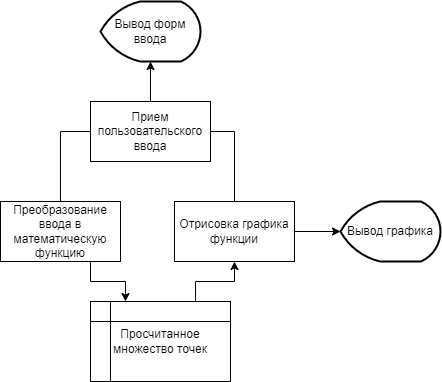
This is Летняя практика/Остальная нищета/функц.drawio.png from kuskas112/Labs, a draw.io export, as it was before one commit. Source tidied: cells renumbered, new cells last; positions are measured from the earlier drawing's top-left corner, leaving out a move shared by most shapes.
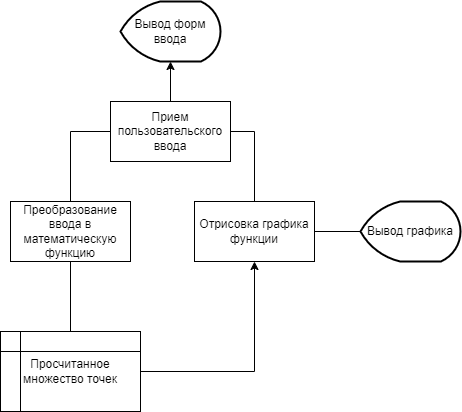
Above is the later version.

The edit, as a diff of the source:
```diff
@@ -11,20 +11,20 @@
     <mxCell id="4" style="edgeStyle=orthogonalEdgeStyle;rounded=0;jettySize=auto;html=1;exitX=0.5;exitY=0;exitDx=0;exitDy=0;entryX=0;entryY=0.5;entryDx=0;entryDy=0;endArrow=none;endFill=0;" parent="1" edge="1" source="6" target="3">
       <mxGeometry relative="1" as="geometry" />
     </mxCell>
-    <mxCell id="5" style="edgeStyle=orthogonalEdgeStyle;rounded=0;jettySize=auto;html=1;exitX=0.75;exitY=1;exitDx=0;exitDy=0;entryX=0.25;entryY=0;entryDx=0;entryDy=0;" parent="1" edge="1" source="6" target="9">
+    <mxCell id="5" style="edgeStyle=orthogonalEdgeStyle;rounded=0;jettySize=auto;html=1;endArrow=none;endFill=0;" parent="1" edge="1" source="6" target="9">
       <mxGeometry relative="1" as="geometry" />
     </mxCell>
     <mxCell id="6" value="Преобразование ввода в математическую функцию" style="rounded=0;whiteSpace=wrap;html=1;" parent="1" vertex="1">
-      <mxGeometry y="200" width="120" height="60" as="geometry" />
+      <mxGeometry x="-10" y="200" width="120" height="60" as="geometry" />
     </mxCell>
     <mxCell id="7" value="Отрисовка графика функции" style="rounded=0;whiteSpace=wrap;html=1;" parent="1" vertex="1">
       <mxGeometry x="174" y="200" width="120" height="60" as="geometry" />
     </mxCell>
-    <mxCell id="8" style="edgeStyle=orthogonalEdgeStyle;rounded=0;jettySize=auto;html=1;exitX=0.75;exitY=0;exitDx=0;exitDy=0;entryX=0.5;entryY=1;entryDx=0;entryDy=0;" parent="1" edge="1" source="9" target="7">
+    <mxCell id="8" style="edgeStyle=orthogonalEdgeStyle;rounded=0;jettySize=auto;html=1;exitX=1;exitY=0.5;exitDx=0;exitDy=0;entryX=0.5;entryY=1;entryDx=0;entryDy=0;" parent="1" edge="1" source="9" target="7">
       <mxGeometry relative="1" as="geometry" />
     </mxCell>
     <mxCell id="9" value="Просчитанное множество точек" style="shape=internalStorage;whiteSpace=wrap;html=1;backgroundOutline=1;" parent="1" vertex="1">
-      <mxGeometry x="90" y="300" width="140" height="80" as="geometry" />
+      <mxGeometry x="-20" y="330" width="140" height="80" as="geometry" />
     </mxCell>
     <mxCell id="10" value="Вывод форм ввода" style="strokeWidth=2;html=1;shape=mxgraph.flowchart.display;whiteSpace=wrap;" parent="1" vertex="1">
       <mxGeometry x="100" width="100" height="60" as="geometry" />
@@ -35,7 +35,7 @@
     <mxCell id="12" value="Вывод графика" style="strokeWidth=2;html=1;shape=mxgraph.flowchart.display;whiteSpace=wrap;" parent="1" vertex="1">
       <mxGeometry x="340" y="200" width="100" height="60" as="geometry" />
     </mxCell>
-    <mxCell id="13" style="edgeStyle=orthogonalEdgeStyle;rounded=0;jettySize=auto;html=1;exitX=1;exitY=0.5;exitDx=0;exitDy=0;entryX=0;entryY=0.5;entryDx=0;entryDy=0;entryPerimeter=0;" parent="1" edge="1" source="7" target="12">
+    <mxCell id="13" style="edgeStyle=orthogonalEdgeStyle;rounded=0;jettySize=auto;html=1;exitX=1;exitY=0.5;exitDx=0;exitDy=0;entryX=0;entryY=0.5;entryDx=0;entryDy=0;entryPerimeter=0;startArrow=none;startFill=0;endArrow=none;endFill=0;" parent="1" edge="1" source="7" target="12">
       <mxGeometry relative="1" as="geometry" />
     </mxCell>
   </root>
```
